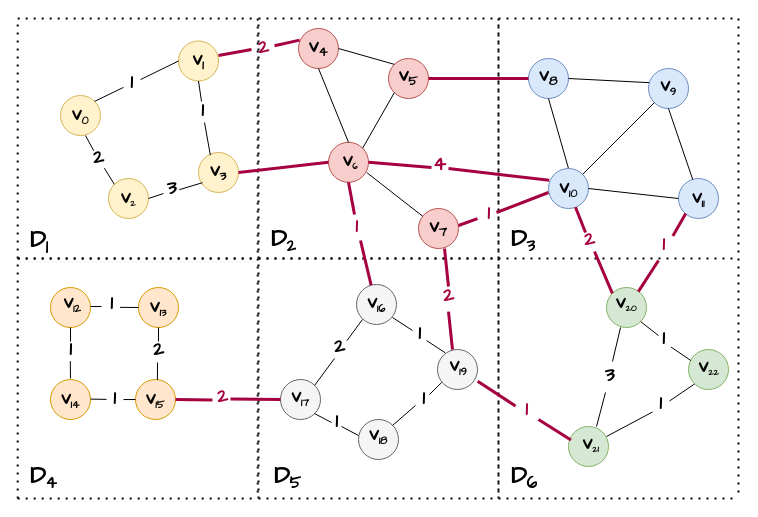
Above: 未命名绘图.drawio in coldbubbletea/World-of-Warcraft--Non-graphical-interface-CPP-game (draw.io), before the change. Source tidied: cells renumbered, new cells numbered last; positions are measured from the earlier drawing's top-left corner, leaving out a move shared by most shapes. Both pictures are drawn from the tidied source at 100%, with x=0, y=0 at pixel (17, 18).
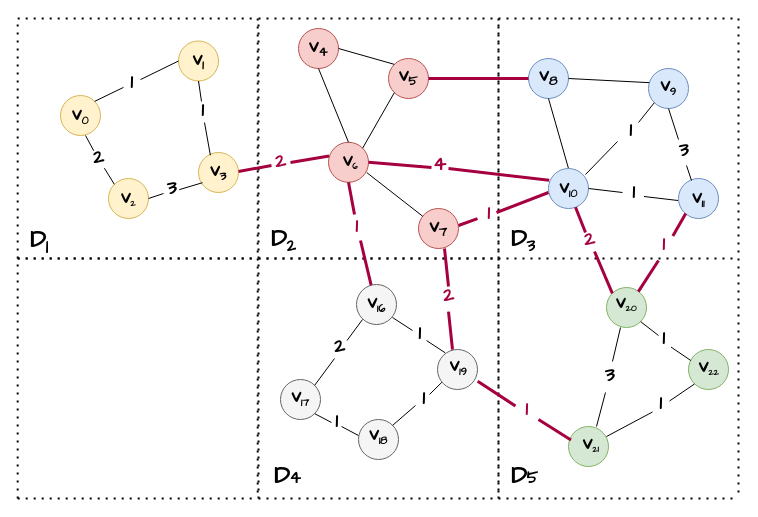
The same page after the edit.

Commit message (it also covers changes not shown here):
更新未命名绘图.drawio

Unchanged cells that the change refers to:
```xml
<mxCell id="6" style="ellipse;whiteSpace=wrap;html=1;fillColor=#dae8fc;strokeColor=#6c8ebf;" parent="1" vertex="1">
  <mxGeometry x="631" y="50" width="40" height="40" as="geometry" />
</mxCell>
<mxCell id="8" style="ellipse;whiteSpace=wrap;html=1;fillColor=#dae8fc;strokeColor=#6c8ebf;" parent="1" vertex="1">
  <mxGeometry x="661" y="160" width="40" height="40" as="geometry" />
</mxCell>
<mxCell id="11" style="ellipse;whiteSpace=wrap;html=1;fillColor=#f8cecc;strokeColor=#b85450;" parent="1" vertex="1">
  <mxGeometry x="281" y="10" width="40" height="40" as="geometry" />
</mxCell>
<mxCell id="12" style="ellipse;whiteSpace=wrap;html=1;fillColor=#f8cecc;strokeColor=#b85450;" parent="1" vertex="1">
  <mxGeometry x="311" y="123.8" width="40" height="40" as="geometry" />
</mxCell>
<mxCell id="15" style="ellipse;whiteSpace=wrap;html=1;fillColor=#dae8fc;strokeColor=#6c8ebf;" parent="1" vertex="1">
  <mxGeometry x="531" y="150" width="40" height="40" as="geometry" />
</mxCell>
<mxCell id="49" style="ellipse;whiteSpace=wrap;html=1;fillColor=#fff2cc;strokeColor=#d6b656;" parent="1" vertex="1">
  <mxGeometry x="181" y="134" width="40" height="40" as="geometry" />
</mxCell>
<mxCell id="75" style="ellipse;whiteSpace=wrap;html=1;fillColor=#f5f5f5;strokeColor=#666666;fontColor=#333333;" parent="1" vertex="1">
  <mxGeometry x="263" y="361" width="40" height="40" as="geometry" />
</mxCell>
```

The edit, as a diff of the source:
```diff
@@
-    <mxCell id="22" style="endArrow=none;html=1;rounded=0;entryX=1;entryY=0.5;entryDx=0;entryDy=0;exitX=0;exitY=0.5;exitDx=0;exitDy=0;" parent="1" edge="1" source="8" target="15">
-      <mxGeometry relative="1" as="geometry" />
+    <mxCell id="22" style="endArrow=none;html=1;rounded=0;entryX=1;entryY=0.5;entryDx=0;entryDy=0;" parent="1" edge="1" target="15">
+      <mxGeometry relative="1" as="geometry">
+        <mxPoint x="605" y="174" as="sourcePoint" />
+      </mxGeometry>
     </mxCell>
-    <mxCell id="23" style="endArrow=none;html=1;rounded=0;entryX=0.5;entryY=1;entryDx=0;entryDy=0;exitX=0.356;exitY=0.026;exitDx=0;exitDy=0;exitPerimeter=0;" parent="1" edge="1" source="8" target="6">
-      <mxGeometry relative="1" as="geometry" />
+    <mxCell id="23" style="endArrow=none;html=1;rounded=0;entryX=0.5;entryY=1;entryDx=0;entryDy=0;" parent="1" edge="1" target="6">
+      <mxGeometry relative="1" as="geometry">
+        <mxPoint x="661" y="121" as="sourcePoint" />
+      </mxGeometry>
     </mxCell>
-    <mxCell id="24" style="endArrow=none;html=1;rounded=0;entryX=0;entryY=1;entryDx=0;entryDy=0;exitX=1;exitY=0;exitDx=0;exitDy=0;" parent="1" edge="1" source="15" target="6">
-      <mxGeometry relative="1" as="geometry" />
+    <mxCell id="24" style="endArrow=none;html=1;rounded=0;entryX=0;entryY=1;entryDx=0;entryDy=0;" parent="1" edge="1" target="6">
+      <mxGeometry relative="1" as="geometry">
+        <mxPoint x="621" y="104" as="sourcePoint" />
+      </mxGeometry>
     </mxCell>
@@
-    <mxCell id="58" value="&lt;h1&gt;&lt;font face=&quot;Comic Sans MS&quot;&gt;D&lt;span style=&quot;font-size: 20px;&quot;&gt;&lt;sub&gt;4&lt;/sub&gt;&lt;/span&gt;&lt;/font&gt;&lt;/h1&gt;&lt;p&gt;&lt;br&gt;&lt;/p&gt;" style="text;html=1;strokeColor=none;fillColor=none;spacing=5;spacingTop=-20;whiteSpace=wrap;overflow=hidden;rounded=0;" parent="1" vertex="1">
-      <mxGeometry x="8" y="437" width="49" height="44" as="geometry" />
-    </mxCell>
-    <mxCell id="59" value="&lt;h1&gt;&lt;font face=&quot;Comic Sans MS&quot;&gt;D&lt;span style=&quot;font-size: 20px;&quot;&gt;&lt;sub&gt;5&lt;/sub&gt;&lt;/span&gt;&lt;/font&gt;&lt;/h1&gt;&lt;p&gt;&lt;br&gt;&lt;/p&gt;" style="text;html=1;strokeColor=none;fillColor=none;spacing=5;spacingTop=-20;whiteSpace=wrap;overflow=hidden;rounded=0;" parent="1" vertex="1">
+    <mxCell id="59" value="&lt;h1&gt;&lt;font face=&quot;Comic Sans MS&quot;&gt;D&lt;span style=&quot;font-size: 16.6667px;&quot;&gt;4&lt;/span&gt;&lt;/font&gt;&lt;/h1&gt;&lt;p&gt;&lt;br&gt;&lt;/p&gt;" style="text;html=1;strokeColor=none;fillColor=none;spacing=5;spacingTop=-20;whiteSpace=wrap;overflow=hidden;rounded=0;" parent="1" vertex="1">
       <mxGeometry x="252" y="437" width="49" height="44" as="geometry" />
     </mxCell>
-    <mxCell id="60" value="&lt;h1&gt;&lt;font face=&quot;Comic Sans MS&quot;&gt;D&lt;span style=&quot;font-size: 20px;&quot;&gt;&lt;sub&gt;6&lt;/sub&gt;&lt;/span&gt;&lt;/font&gt;&lt;/h1&gt;&lt;p&gt;&lt;br&gt;&lt;/p&gt;" style="text;html=1;strokeColor=none;fillColor=none;spacing=5;spacingTop=-20;whiteSpace=wrap;overflow=hidden;rounded=0;" parent="1" vertex="1">
+    <mxCell id="60" value="&lt;h1&gt;&lt;font face=&quot;Comic Sans MS&quot;&gt;D&lt;span style=&quot;font-size: 16.6667px;&quot;&gt;5&lt;/span&gt;&lt;/font&gt;&lt;/h1&gt;&lt;p&gt;&lt;br&gt;&lt;/p&gt;" style="text;html=1;strokeColor=none;fillColor=none;spacing=5;spacingTop=-20;whiteSpace=wrap;overflow=hidden;rounded=0;" parent="1" vertex="1">
       <mxGeometry x="489" y="437" width="49" height="44" as="geometry" />
     </mxCell>
@@
     <mxCell id="62" style="endArrow=none;html=1;rounded=0;exitX=1;exitY=0.5;exitDx=0;exitDy=0;strokeWidth=3;fillColor=#d80073;strokeColor=#A50040;" parent="1" edge="1">
       <mxGeometry relative="1" as="geometry">
-        <mxPoint x="201" y="37" as="sourcePoint" />
-        <mxPoint x="234" y="31" as="targetPoint" />
+        <mxPoint x="221" y="153" as="sourcePoint" />
+        <mxPoint x="254" y="147" as="targetPoint" />
       </mxGeometry>
     </mxCell>
-    <mxCell id="63" style="endArrow=none;html=1;rounded=0;exitX=1;exitY=0.5;exitDx=0;exitDy=0;entryX=0;entryY=0.5;entryDx=0;entryDy=0;strokeWidth=3;fillColor=#d80073;strokeColor=#A50040;" parent="1" edge="1" source="49" target="12">
-      <mxGeometry relative="1" as="geometry" />
-    </mxCell>
@@
-    <mxCell id="68" style="ellipse;whiteSpace=wrap;html=1;fillColor=#ffe6cc;strokeColor=#d79b00;" parent="1" vertex="1">
-      <mxGeometry x="121" y="269" width="40" height="40" as="geometry" />
-    </mxCell>
-    <mxCell id="69" style="ellipse;whiteSpace=wrap;html=1;fillColor=#ffe6cc;strokeColor=#d79b00;" parent="1" vertex="1">
-      <mxGeometry x="33" y="269" width="40" height="40" as="geometry" />
-    </mxCell>
-    <mxCell id="70" style="ellipse;whiteSpace=wrap;html=1;fillColor=#ffe6cc;strokeColor=#d79b00;" parent="1" vertex="1">
-      <mxGeometry x="118" y="361" width="40" height="40" as="geometry" />
-    </mxCell>
-    <mxCell id="71" style="ellipse;whiteSpace=wrap;html=1;fillColor=#ffe6cc;strokeColor=#d79b00;" parent="1" vertex="1">
-      <mxGeometry x="33" y="361" width="40" height="40" as="geometry" />
-    </mxCell>
@@
-    <mxCell id="82" style="endArrow=none;html=1;rounded=0;exitX=1;exitY=0.5;exitDx=0;exitDy=0;strokeWidth=3;fillColor=#d80073;strokeColor=#A50040;entryX=0.041;entryY=0.625;entryDx=0;entryDy=0;entryPerimeter=0;" parent="1" edge="1" source="70" target="99">
-      <mxGeometry relative="1" as="geometry" />
-    </mxCell>
@@
-    <mxCell id="84" style="endArrow=none;html=1;rounded=0;entryX=1;entryY=0.5;entryDx=0;entryDy=0;" parent="1" edge="1">
-      <mxGeometry relative="1" as="geometry">
-        <mxPoint x="84" y="288" as="sourcePoint" />
-        <mxPoint x="73" y="288" as="targetPoint" />
-      </mxGeometry>
-    </mxCell>
@@
-    <mxCell id="88" style="endArrow=none;html=1;rounded=0;entryX=0.5;entryY=1;entryDx=0;entryDy=0;exitX=0.499;exitY=-0.146;exitDx=0;exitDy=0;exitPerimeter=0;" parent="1" edge="1" source="89" target="68">
-      <mxGeometry relative="1" as="geometry" />
-    </mxCell>
-    <mxCell id="89" value="&lt;font size=&quot;1&quot; face=&quot;Comic Sans MS&quot;&gt;&lt;b style=&quot;font-size: 19px;&quot;&gt;2&lt;/b&gt;&lt;/font&gt;" style="text;html=1;strokeColor=none;fillColor=none;align=center;verticalAlign=middle;whiteSpace=wrap;rounded=0;" parent="1" vertex="1">
-      <mxGeometry x="132.5" y="325" width="17" height="14.5" as="geometry" />
-    </mxCell>
-    <mxCell id="90" style="endArrow=none;html=1;rounded=0;exitX=0.548;exitY=0.01;exitDx=0;exitDy=0;exitPerimeter=0;" parent="1" edge="1" source="70">
-      <mxGeometry relative="1" as="geometry">
-        <mxPoint x="140" y="344" as="targetPoint" />
-      </mxGeometry>
-    </mxCell>
-    <mxCell id="91" value="&lt;font size=&quot;1&quot; face=&quot;Comic Sans MS&quot;&gt;&lt;b style=&quot;font-size: 19px;&quot;&gt;1&lt;/b&gt;&lt;/font&gt;" style="text;html=1;strokeColor=none;fillColor=none;align=center;verticalAlign=middle;whiteSpace=wrap;rounded=0;" parent="1" vertex="1">
-      <mxGeometry x="86" y="278.8" width="17" height="14.5" as="geometry" />
-    </mxCell>
-    <mxCell id="92" style="endArrow=none;html=1;rounded=0;entryX=1;entryY=0.5;entryDx=0;entryDy=0;" parent="1" edge="1" source="94">
-      <mxGeometry relative="1" as="geometry">
-        <mxPoint x="73" y="380.6" as="targetPoint" />
-      </mxGeometry>
-    </mxCell>
-    <mxCell id="93" style="endArrow=none;html=1;rounded=0;entryX=1;entryY=0.5;entryDx=0;entryDy=0;exitX=0;exitY=0.5;exitDx=0;exitDy=0;" parent="1" edge="1" source="70" target="94">
-      <mxGeometry relative="1" as="geometry" />
-    </mxCell>
-    <mxCell id="94" value="&lt;font size=&quot;1&quot; face=&quot;Comic Sans MS&quot;&gt;&lt;b style=&quot;font-size: 19px;&quot;&gt;1&lt;/b&gt;&lt;/font&gt;" style="text;html=1;strokeColor=none;fillColor=none;align=center;verticalAlign=middle;whiteSpace=wrap;rounded=0;" parent="1" vertex="1">
-      <mxGeometry x="89" y="373.8" width="17" height="14.5" as="geometry" />
-    </mxCell>
@@
-    <mxCell id="99" value="&lt;font color=&quot;#a50040&quot; style=&quot;font-size: 19px;&quot; face=&quot;Comic Sans MS&quot;&gt;&lt;b&gt;2&lt;/b&gt;&lt;/font&gt;" style="text;html=1;strokeColor=none;fillColor=none;align=center;verticalAlign=middle;whiteSpace=wrap;rounded=0;" parent="1" vertex="1">
-      <mxGeometry x="194" y="370.2" width="23" height="18" as="geometry" />
-    </mxCell>
-    <mxCell id="100" style="endArrow=none;html=1;rounded=0;exitX=1;exitY=0.5;exitDx=0;exitDy=0;strokeWidth=3;fillColor=#d80073;strokeColor=#A50040;entryX=0;entryY=0.5;entryDx=0;entryDy=0;" parent="1" edge="1" target="75">
-      <mxGeometry relative="1" as="geometry">
-        <mxPoint x="213" y="380.6" as="sourcePoint" />
-      </mxGeometry>
-    </mxCell>
@@
-    <mxCell id="102" style="endArrow=none;html=1;rounded=0;entryX=0.488;entryY=1.218;entryDx=0;entryDy=0;entryPerimeter=0;" parent="1" edge="1" target="104">
-      <mxGeometry relative="1" as="geometry">
-        <mxPoint x="53" y="360" as="sourcePoint" />
-      </mxGeometry>
-    </mxCell>
-    <mxCell id="103" style="endArrow=none;html=1;rounded=0;entryX=0.97;entryY=0.694;entryDx=0;entryDy=0;entryPerimeter=0;" parent="1" edge="1" target="91">
-      <mxGeometry relative="1" as="geometry">
-        <mxPoint x="121" y="289" as="sourcePoint" />
-      </mxGeometry>
-    </mxCell>
-    <mxCell id="104" value="&lt;font size=&quot;1&quot; face=&quot;Comic Sans MS&quot;&gt;&lt;b style=&quot;font-size: 19px;&quot;&gt;1&lt;/b&gt;&lt;/font&gt;" style="text;html=1;strokeColor=none;fillColor=none;align=center;verticalAlign=middle;whiteSpace=wrap;rounded=0;" parent="1" vertex="1">
-      <mxGeometry x="44.5" y="325" width="17" height="14.5" as="geometry" />
-    </mxCell>
-    <mxCell id="105" style="endArrow=none;html=1;rounded=0;entryX=0.5;entryY=1;entryDx=0;entryDy=0;exitX=0.499;exitY=-0.146;exitDx=0;exitDy=0;exitPerimeter=0;" parent="1" edge="1">
-      <mxGeometry relative="1" as="geometry">
-        <mxPoint x="53" y="323" as="sourcePoint" />
-        <mxPoint x="53" y="309" as="targetPoint" />
-      </mxGeometry>
-    </mxCell>
-    <mxCell id="106" value="&lt;h2 style=&quot;&quot;&gt;&lt;font style=&quot;font-size: 19px;&quot;&gt;v&lt;/font&gt;&lt;font style=&quot;font-size: 13.1944px;&quot;&gt;&lt;sub&gt;12&lt;/sub&gt;&lt;/font&gt;&lt;/h2&gt;" style="text;html=1;strokeColor=none;fillColor=none;align=center;verticalAlign=middle;whiteSpace=wrap;rounded=0;fontFamily=Comic Sans MS;" parent="1" vertex="1">
-      <mxGeometry x="44.5" y="275.8" width="20" height="17.5" as="geometry" />
-    </mxCell>
-    <mxCell id="107" value="&lt;h2 style=&quot;&quot;&gt;&lt;font style=&quot;font-size: 19px;&quot;&gt;v&lt;/font&gt;&lt;font style=&quot;font-size: 13.1944px;&quot;&gt;&lt;sub&gt;13&lt;/sub&gt;&lt;/font&gt;&lt;/h2&gt;" style="text;html=1;strokeColor=none;fillColor=none;align=center;verticalAlign=middle;whiteSpace=wrap;rounded=0;fontFamily=Comic Sans MS;" parent="1" vertex="1">
-      <mxGeometry x="131" y="280.2" width="20" height="17.5" as="geometry" />
-    </mxCell>
-    <mxCell id="108" value="&lt;h2 style=&quot;&quot;&gt;&lt;font style=&quot;font-size: 19px;&quot;&gt;v&lt;/font&gt;&lt;font style=&quot;font-size: 13.1944px;&quot;&gt;&lt;sub&gt;14&lt;/sub&gt;&lt;/font&gt;&lt;/h2&gt;" style="text;html=1;strokeColor=none;fillColor=none;align=center;verticalAlign=middle;whiteSpace=wrap;rounded=0;fontFamily=Comic Sans MS;" parent="1" vertex="1">
-      <mxGeometry x="43" y="372.2" width="20" height="17.5" as="geometry" />
-    </mxCell>
-    <mxCell id="109" value="&lt;h2 style=&quot;&quot;&gt;&lt;font style=&quot;font-size: 19px;&quot;&gt;v&lt;/font&gt;&lt;font style=&quot;font-size: 13.1944px;&quot;&gt;&lt;sub&gt;15&lt;/sub&gt;&lt;/font&gt;&lt;/h2&gt;" style="text;html=1;strokeColor=none;fillColor=none;align=center;verticalAlign=middle;whiteSpace=wrap;rounded=0;fontFamily=Comic Sans MS;" parent="1" vertex="1">
-      <mxGeometry x="128" y="372.2" width="20" height="17.5" as="geometry" />
-    </mxCell>
@@
     <mxCell id="131" value="&lt;font color=&quot;#a50040&quot; style=&quot;font-size: 19px;&quot; face=&quot;Comic Sans MS&quot;&gt;&lt;b&gt;2&lt;/b&gt;&lt;/font&gt;" style="text;html=1;strokeColor=none;fillColor=none;align=center;verticalAlign=middle;whiteSpace=wrap;rounded=0;" parent="1" vertex="1">
-      <mxGeometry x="235" y="21.2" width="23" height="18" as="geometry" />
+      <mxGeometry x="252" y="134.8" width="23" height="18" as="geometry" />
     </mxCell>
@@
-    <mxCell id="133" style="endArrow=none;html=1;rounded=0;exitX=1;exitY=0.5;exitDx=0;exitDy=0;strokeWidth=3;fillColor=#d80073;strokeColor=#A50040;entryX=0.029;entryY=0.291;entryDx=0;entryDy=0;entryPerimeter=0;" parent="1" edge="1" target="11">
-      <mxGeometry relative="1" as="geometry">
-        <mxPoint x="257" y="27.2" as="sourcePoint" />
-      </mxGeometry>
-    </mxCell>
@@
+    <mxCell id="161" value="&lt;font size=&quot;1&quot; face=&quot;Comic Sans MS&quot;&gt;&lt;b style=&quot;font-size: 19px;&quot;&gt;3&lt;/b&gt;&lt;/font&gt;" style="text;html=1;strokeColor=none;fillColor=none;align=center;verticalAlign=middle;whiteSpace=wrap;rounded=0;" parent="1" vertex="1">
+      <mxGeometry x="658" y="126" width="17" height="14.5" as="geometry" />
+    </mxCell>
+    <mxCell id="162" style="endArrow=none;html=1;rounded=0;entryX=0.5;entryY=1;entryDx=0;entryDy=0;" parent="1" edge="1">
+      <mxGeometry relative="1" as="geometry">
+        <mxPoint x="674" y="162" as="sourcePoint" />
+        <mxPoint x="669" y="147" as="targetPoint" />
+      </mxGeometry>
+    </mxCell>
+    <mxCell id="163" value="&lt;font size=&quot;1&quot; face=&quot;Comic Sans MS&quot;&gt;&lt;b style=&quot;font-size: 19px;&quot;&gt;1&lt;/b&gt;&lt;/font&gt;" style="text;html=1;strokeColor=none;fillColor=none;align=center;verticalAlign=middle;whiteSpace=wrap;rounded=0;" parent="1" vertex="1">
+      <mxGeometry x="605" y="105.8" width="17" height="14.5" as="geometry" />
+    </mxCell>
+    <mxCell id="164" style="endArrow=none;html=1;rounded=0;" parent="1" edge="1">
+      <mxGeometry relative="1" as="geometry">
+        <mxPoint x="568" y="156" as="sourcePoint" />
+        <mxPoint x="600" y="123" as="targetPoint" />
+      </mxGeometry>
+    </mxCell>
+    <mxCell id="165" value="&lt;font size=&quot;1&quot; face=&quot;Comic Sans MS&quot;&gt;&lt;b style=&quot;font-size: 19px;&quot;&gt;1&lt;/b&gt;&lt;/font&gt;" style="text;html=1;strokeColor=none;fillColor=none;align=center;verticalAlign=middle;whiteSpace=wrap;rounded=0;" parent="1" vertex="1">
+      <mxGeometry x="608" y="168" width="17" height="14.5" as="geometry" />
+    </mxCell>
+    <mxCell id="166" style="endArrow=none;html=1;rounded=0;entryX=1;entryY=0.5;entryDx=0;entryDy=0;" parent="1" edge="1">
+      <mxGeometry relative="1" as="geometry">
+        <mxPoint x="660.5" y="182" as="sourcePoint" />
+        <mxPoint x="626.5" y="178" as="targetPoint" />
+      </mxGeometry>
+    </mxCell>
+    <mxCell id="167" style="endArrow=none;html=1;rounded=0;exitX=1;exitY=0.5;exitDx=0;exitDy=0;strokeWidth=3;fillColor=#d80073;strokeColor=#A50040;entryX=0.014;entryY=0.345;entryDx=0;entryDy=0;entryPerimeter=0;" parent="1" edge="1" target="12">
+      <mxGeometry relative="1" as="geometry">
+        <mxPoint x="273" y="144" as="sourcePoint" />
+      </mxGeometry>
+    </mxCell>
```
